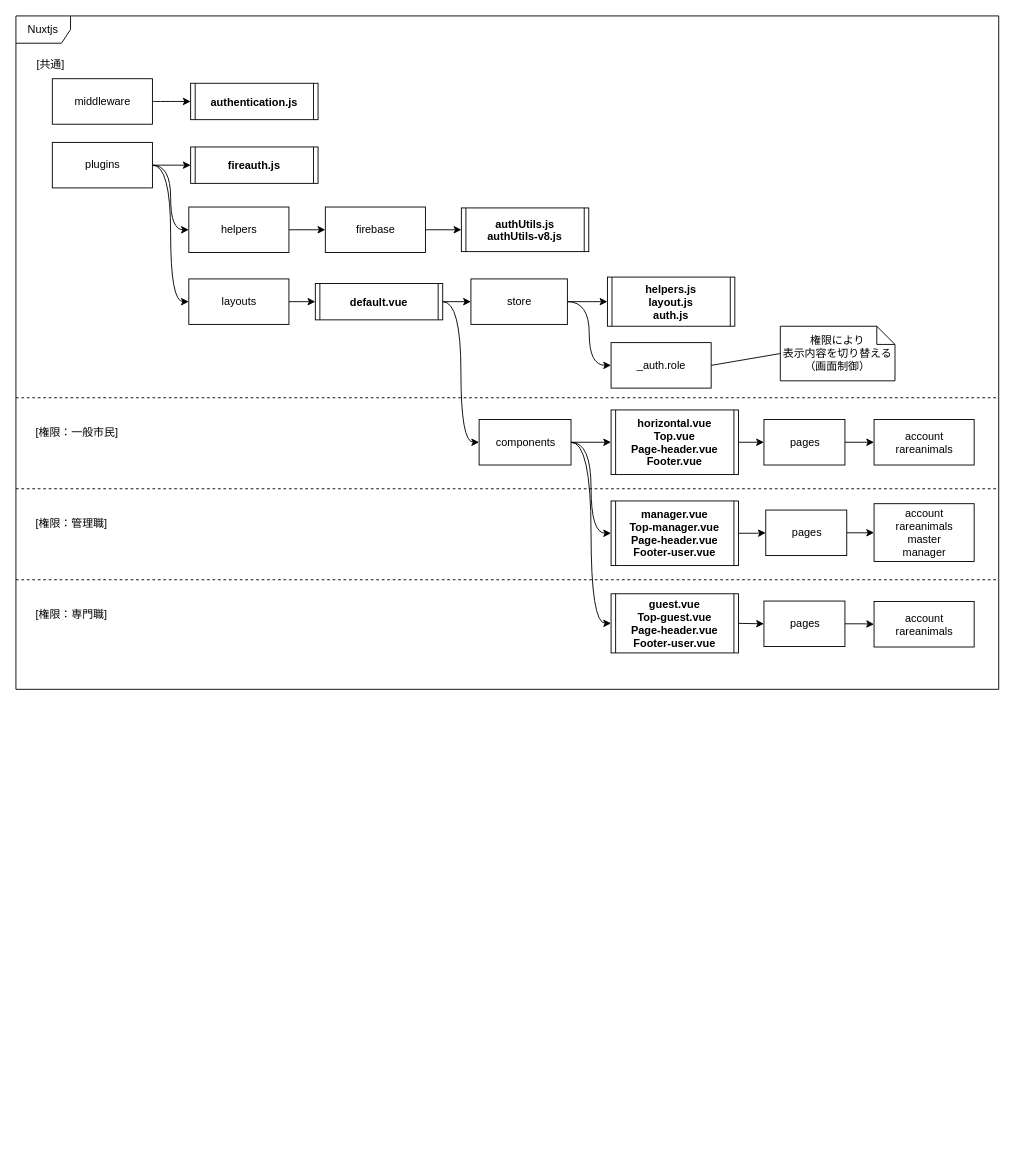
Before: page "ディレクトリ構成" (3 of 6) of Iriomote.drawio in kaoru387/draw.io, a draw.io diagram. Source tidied: cells renumbered, new cells numbered last; positions are measured from the earlier drawing's top-left corner, leaving out a move shared by most shapes. Both pictures are drawn from the tidied source at 91%, with x=0, y=0 at pixel (15, 15).
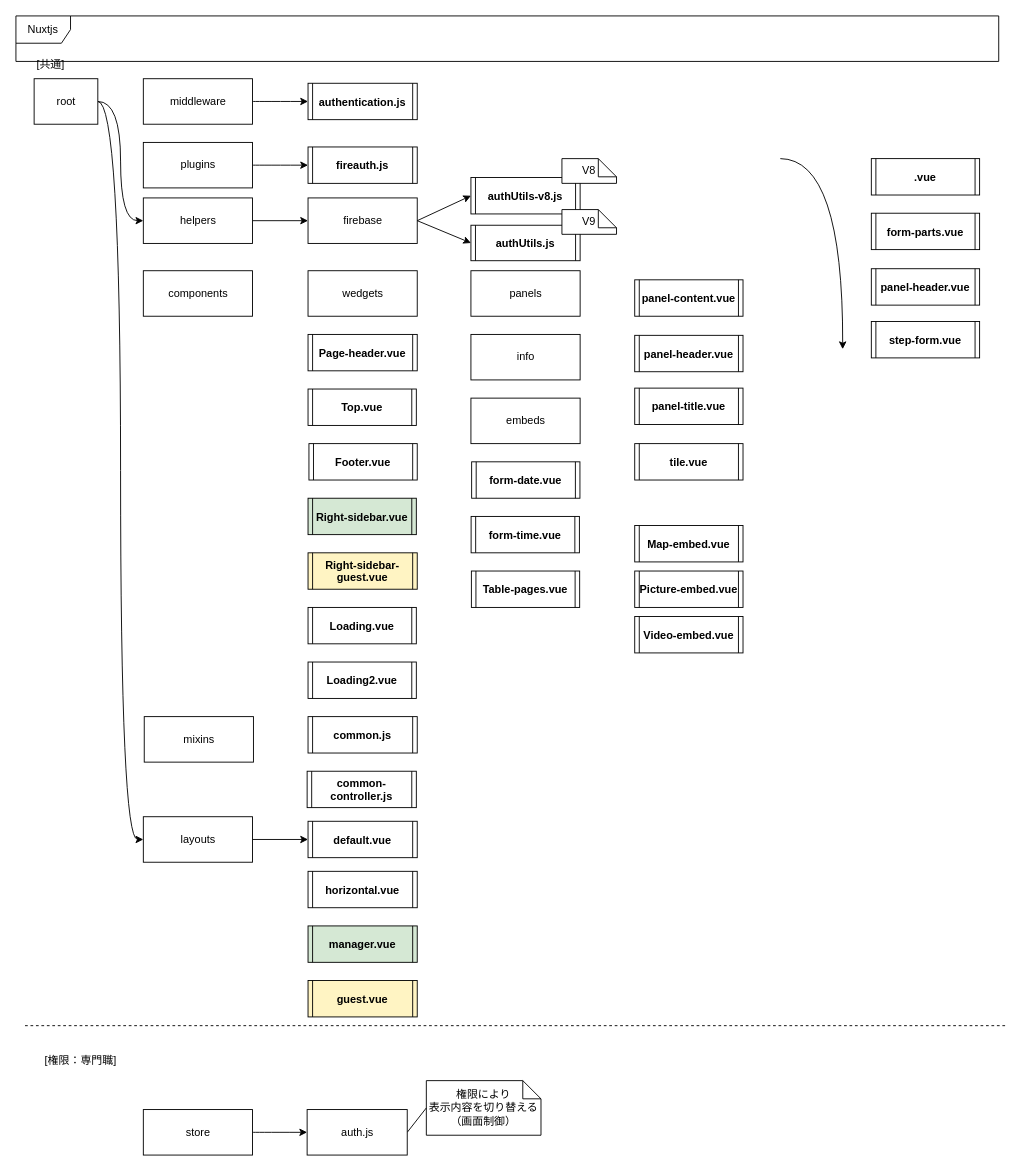
The same page after the edit.

The edit, as a diff of the source:
```diff
@@
     <mxCell id="2" value="Nuxtjs" style="shape=umlFrame;whiteSpace=wrap;html=1;" parent="1" vertex="1">
-      <mxGeometry width="1080" height="740" as="geometry" />
+      <mxGeometry width="1080" height="50" as="geometry" />
     </mxCell>
     <mxCell id="3" value="権限により&lt;br&gt;表示内容を切り替える（画面制御）" style="shape=note;size=20;whiteSpace=wrap;html=1;" parent="1" vertex="1">
-      <mxGeometry x="840" y="341" width="126" height="60" as="geometry" />
+      <mxGeometry x="451" y="1170" width="126" height="60" as="geometry" />
     </mxCell>
@@
     <mxCell id="6" value="middleware" style="html=1;" parent="1" vertex="1">
-      <mxGeometry x="40" y="69" width="110" height="50" as="geometry" />
+      <mxGeometry x="140" y="69" width="120" height="50" as="geometry" />
     </mxCell>
@@
-    <mxCell id="8" style="edgeStyle=orthogonalEdgeStyle;curved=1;rounded=0;jettySize=auto;html=1;exitX=1;exitY=0.5;exitDx=0;exitDy=0;entryX=0;entryY=0.5;entryDx=0;entryDy=0;" parent="1" edge="1" source="10" target="12">
+    <mxCell id="8" style="edgeStyle=orthogonalEdgeStyle;curved=1;rounded=0;jettySize=auto;html=1;exitX=1;exitY=0.5;exitDx=0;exitDy=0;entryX=0;entryY=0.5;entryDx=0;entryDy=0;" parent="1" edge="1" source="52" target="12">
       <mxGeometry relative="1" as="geometry" />
     </mxCell>
-    <mxCell id="9" style="edgeStyle=orthogonalEdgeStyle;curved=1;rounded=0;jettySize=auto;html=1;exitX=1;exitY=0.5;exitDx=0;exitDy=0;entryX=0;entryY=0.5;entryDx=0;entryDy=0;" parent="1" edge="1" source="10" target="14">
+    <mxCell id="9" style="edgeStyle=orthogonalEdgeStyle;curved=1;rounded=0;jettySize=auto;html=1;exitX=1;exitY=0.5;exitDx=0;exitDy=0;entryX=0;entryY=0.5;entryDx=0;entryDy=0;" parent="1" edge="1" source="52" target="14">
       <mxGeometry relative="1" as="geometry" />
     </mxCell>
     <mxCell id="10" value="plugins" style="html=1;" parent="1" vertex="1">
-      <mxGeometry x="40" y="139" width="110" height="50" as="geometry" />
+      <mxGeometry x="140" y="139" width="120" height="50" as="geometry" />
     </mxCell>
@@
     <mxCell id="12" value="helpers" style="html=1;" parent="1" vertex="1">
-      <mxGeometry x="190" y="210" width="110" height="50" as="geometry" />
+      <mxGeometry x="140" y="200" width="120" height="50" as="geometry" />
     </mxCell>
@@
     <mxCell id="14" value="layouts" style="html=1;" parent="1" vertex="1">
-      <mxGeometry x="190" y="289" width="110" height="50" as="geometry" />
+      <mxGeometry x="140" y="880" width="120" height="50" as="geometry" />
     </mxCell>
@@
     <mxCell id="16" value="store" style="html=1;" parent="1" vertex="1">
-      <mxGeometry x="500" y="289" width="106" height="50" as="geometry" />
+      <mxGeometry x="140" y="1201.8" width="120" height="50" as="geometry" />
     </mxCell>
-    <mxCell id="17" style="edgeStyle=orthogonalEdgeStyle;curved=1;rounded=0;jettySize=auto;html=1;exitX=1;exitY=0.5;exitDx=0;exitDy=0;entryX=0;entryY=0.5;entryDx=0;entryDy=0;" parent="1" edge="1" source="19" target="31">
-      <mxGeometry relative="1" as="geometry" />
-    </mxCell>
-    <mxCell id="18" style="edgeStyle=orthogonalEdgeStyle;curved=1;rounded=0;jettySize=auto;html=1;exitX=1;exitY=0.5;exitDx=0;exitDy=0;entryX=0;entryY=0.5;entryDx=0;entryDy=0;" parent="1" edge="1" source="19" target="33">
-      <mxGeometry relative="1" as="geometry" />
+    <mxCell id="18" style="edgeStyle=orthogonalEdgeStyle;curved=1;rounded=0;orthogonalLoop=1;jettySize=auto;html=1;exitX=1;exitY=0.5;exitDx=0;exitDy=0;entryX=0;entryY=0.5;entryDx=0;entryDy=0;" parent="1" edge="1">
+      <mxGeometry relative="1" as="geometry">
+        <mxPoint x="840" y="156.8" as="sourcePoint" />
+        <mxPoint x="908.5" y="366.2" as="targetPoint" />
+      </mxGeometry>
     </mxCell>
-    <mxCell id="19" value="components" style="html=1;" parent="1" vertex="1">
-      <mxGeometry x="509" y="443.5" width="101" height="50" as="geometry" />
-    </mxCell>
-    <mxCell id="20" style="edgeStyle=none;rounded=0;jettySize=auto;html=1;exitX=1;exitY=0.5;exitDx=0;exitDy=0;entryX=0;entryY=0.5;entryDx=0;entryDy=0;" parent="1" edge="1" source="19" target="29">
-      <mxGeometry relative="1" as="geometry" />
-    </mxCell>
-    <mxCell id="21" value="_auth.role" style="html=1;" parent="1" vertex="1">
-      <mxGeometry x="654" y="359" width="110" height="50" as="geometry" />
+    <mxCell id="21" value="auth.js" style="html=1;" parent="1" vertex="1">
+      <mxGeometry x="320" y="1201.8" width="110" height="50" as="geometry" />
     </mxCell>
-    <mxCell id="22" style="edgeStyle=none;rounded=0;jettySize=auto;html=1;exitX=1;exitY=0.5;exitDx=0;exitDy=0;entryX=0;entryY=0.5;entryDx=0;entryDy=0;" parent="1" edge="1" source="26" target="16">
-      <mxGeometry relative="1" as="geometry" />
-    </mxCell>
     <mxCell id="23" value="fireauth.js" style="shape=process2;fixedSize=1;size=5;fontStyle=1;" parent="1" vertex="1">
-      <mxGeometry x="192" y="144" width="140" height="40" as="geometry" />
+      <mxGeometry x="321" y="144" width="120" height="40" as="geometry" />
     </mxCell>
-    <mxCell id="24" value="authUtils.js&#10;authUtils-v8.js" style="shape=process2;fixedSize=1;size=5;fontStyle=1;" parent="1" vertex="1">
-      <mxGeometry x="489.5" y="211" width="140" height="48" as="geometry" />
+    <mxCell id="24" value="authUtils.js" style="shape=process2;fixedSize=1;size=5;fontStyle=1;" parent="1" vertex="1">
+      <mxGeometry x="500" y="230" width="120" height="39" as="geometry" />
     </mxCell>
-    <mxCell id="25" style="edgeStyle=orthogonalEdgeStyle;curved=1;rounded=0;jettySize=auto;html=1;exitX=1;exitY=0.5;exitDx=0;exitDy=0;entryX=0;entryY=0.5;entryDx=0;entryDy=0;" parent="1" edge="1" source="26" target="19">
-      <mxGeometry relative="1" as="geometry" />
-    </mxCell>
     <mxCell id="26" value="default.vue" style="shape=process2;fixedSize=1;size=5;fontStyle=1;" parent="1" vertex="1">
-      <mxGeometry x="329" y="294" width="140" height="40" as="geometry" />
+      <mxGeometry x="321" y="885" width="120" height="40" as="geometry" />
     </mxCell>
-    <mxCell id="27" value="helpers.js&#10;layout.js&#10;auth.js" style="shape=process2;fixedSize=1;size=5;fontStyle=1;" parent="1" vertex="1">
-      <mxGeometry x="650" y="287" width="140" height="54" as="geometry" />
-    </mxCell>
-    <mxCell id="28" style="edgeStyle=orthogonalEdgeStyle;rounded=0;jettySize=auto;html=1;exitX=1;exitY=0.5;exitDx=0;exitDy=0;entryX=0;entryY=0.5;entryDx=0;entryDy=0;" parent="1" edge="1" source="29" target="41">
-      <mxGeometry relative="1" as="geometry" />
-    </mxCell>
-    <mxCell id="29" value="horizontal.vue&#10;Top.vue&#10;Page-header.vue&#10;Footer.vue" style="shape=process2;fixedSize=1;size=5;fontStyle=1;" parent="1" vertex="1">
-      <mxGeometry x="654" y="433" width="140" height="71" as="geometry" />
-    </mxCell>
-    <mxCell id="30" style="edgeStyle=orthogonalEdgeStyle;rounded=0;jettySize=auto;html=1;exitX=1;exitY=0.5;exitDx=0;exitDy=0;" parent="1" edge="1" source="31" target="44">
-      <mxGeometry relative="1" as="geometry" />
-    </mxCell>
-    <mxCell id="31" value="manager.vue&#10;Top-manager.vue&#10;Page-header.vue&#10;Footer-user.vue" style="shape=process2;fixedSize=1;size=5;fontStyle=1;" parent="1" vertex="1">
-      <mxGeometry x="654" y="533" width="140" height="71" as="geometry" />
-    </mxCell>
-    <mxCell id="32" style="edgeStyle=none;rounded=0;jettySize=auto;html=1;exitX=1;exitY=0.5;exitDx=0;exitDy=0;entryX=0;entryY=0.5;entryDx=0;entryDy=0;" parent="1" edge="1" source="33" target="46">
-      <mxGeometry relative="1" as="geometry" />
-    </mxCell>
-    <mxCell id="33" value="guest.vue&#10;Top-guest.vue&#10;Page-header.vue&#10;Footer-user.vue" style="shape=process2;fixedSize=1;size=5;fontStyle=1;" parent="1" vertex="1">
-      <mxGeometry x="654" y="635" width="140" height="65" as="geometry" />
-    </mxCell>
     <mxCell id="34" value="authentication.js" style="shape=process2;fixedSize=1;size=5;fontStyle=1;" parent="1" vertex="1">
-      <mxGeometry x="192" y="74" width="140" height="40" as="geometry" />
+      <mxGeometry x="321" y="74" width="120" height="40" as="geometry" />
     </mxCell>
-    <mxCell id="35" style="edgeStyle=none;rounded=0;jettySize=auto;html=1;entryX=0;entryY=0.5;entryDx=0;entryDy=0;exitX=1;exitY=0.5;exitDx=0;exitDy=0;" parent="1" edge="1" source="16" target="27">
-      <mxGeometry relative="1" as="geometry" />
-    </mxCell>
-    <mxCell id="36" value="[権限：一般市民]" style="line;strokeWidth=1;dashed=1;labelPosition=center;verticalLabelPosition=bottom;align=left;verticalAlign=top;spacingLeft=20;spacingTop=15;" parent="1" vertex="1">
-      <mxGeometry y="410" width="1080" height="19.2" as="geometry" />
-    </mxCell>
-    <mxCell id="37" value="[権限：管理職]" style="line;strokeWidth=1;dashed=1;labelPosition=center;verticalLabelPosition=bottom;align=left;verticalAlign=top;spacingLeft=20;spacingTop=15;" parent="1" vertex="1">
-      <mxGeometry y="510" width="1080" height="19.2" as="geometry" />
-    </mxCell>
     <mxCell id="38" value="[権限：専門職]" style="line;strokeWidth=1;dashed=1;labelPosition=center;verticalLabelPosition=bottom;align=left;verticalAlign=top;spacingLeft=20;spacingTop=15;" parent="1" vertex="1">
-      <mxGeometry y="610" width="1080" height="19.2" as="geometry" />
+      <mxGeometry x="10" y="1100" width="1080" height="19.2" as="geometry" />
     </mxCell>
@@
-    <mxCell id="40" style="edgeStyle=orthogonalEdgeStyle;rounded=0;jettySize=auto;html=1;exitX=1;exitY=0.5;exitDx=0;exitDy=0;entryX=0;entryY=0.5;entryDx=0;entryDy=0;" parent="1" edge="1" source="41" target="42">
-      <mxGeometry relative="1" as="geometry" />
-    </mxCell>
-    <mxCell id="41" value="pages" style="html=1;" parent="1" vertex="1">
-      <mxGeometry x="822" y="443.5" width="89" height="50" as="geometry" />
-    </mxCell>
-    <mxCell id="42" value="account&lt;br&gt;rareanimals" style="html=1;" parent="1" vertex="1">
-      <mxGeometry x="943" y="443.5" width="110" height="50" as="geometry" />
-    </mxCell>
-    <mxCell id="43" style="edgeStyle=orthogonalEdgeStyle;rounded=0;jettySize=auto;html=1;" parent="1" edge="1" source="44" target="48">
-      <mxGeometry relative="1" as="geometry" />
-    </mxCell>
-    <mxCell id="44" value="pages" style="html=1;" parent="1" vertex="1">
-      <mxGeometry x="824" y="543" width="89" height="50" as="geometry" />
-    </mxCell>
-    <mxCell id="45" style="edgeStyle=orthogonalEdgeStyle;rounded=0;jettySize=auto;html=1;" parent="1" edge="1" source="46" target="47">
-      <mxGeometry relative="1" as="geometry" />
-    </mxCell>
-    <mxCell id="46" value="pages" style="html=1;" parent="1" vertex="1">
-      <mxGeometry x="822" y="643" width="89" height="50" as="geometry" />
-    </mxCell>
-    <mxCell id="47" value="account&lt;br&gt;rareanimals" style="html=1;" parent="1" vertex="1">
-      <mxGeometry x="943" y="643.5" width="110" height="50" as="geometry" />
-    </mxCell>
-    <mxCell id="48" value="account&lt;br&gt;rareanimals&lt;br&gt;master&lt;br&gt;manager" style="html=1;" parent="1" vertex="1">
-      <mxGeometry x="943" y="536" width="110" height="63.5" as="geometry" />
-    </mxCell>
@@
     <mxCell id="50" value="firebase" style="html=1;" parent="1" vertex="1">
-      <mxGeometry x="340" y="210" width="110" height="50" as="geometry" />
+      <mxGeometry x="321" y="200" width="120" height="50" as="geometry" />
     </mxCell>
+    <mxCell id="51" value="horizontal.vue" style="shape=process2;fixedSize=1;size=5;fontStyle=1;" parent="1" vertex="1">
+      <mxGeometry x="321" y="940" width="120" height="40" as="geometry" />
+    </mxCell>
+    <mxCell id="52" value="root" style="html=1;" parent="1" vertex="1">
+      <mxGeometry x="20" y="69" width="70" height="50" as="geometry" />
+    </mxCell>
+    <mxCell id="19" value="components" style="html=1;" parent="1" vertex="1">
+      <mxGeometry x="140" y="280" width="120" height="50" as="geometry" />
+    </mxCell>
+    <mxCell id="53" value="manager.vue" style="shape=process2;fixedSize=1;size=5;fontStyle=1;fillColor=#D5E8D4;" parent="1" vertex="1">
+      <mxGeometry x="321" y="1000" width="120" height="40" as="geometry" />
+    </mxCell>
+    <mxCell id="54" value="guest.vue" style="shape=process2;fixedSize=1;size=5;fontStyle=1;fillColor=#FFF4C3;" parent="1" vertex="1">
+      <mxGeometry x="321" y="1060" width="120" height="40" as="geometry" />
+    </mxCell>
+    <mxCell id="55" value="panel-header.vue" style="shape=process2;fixedSize=1;size=5;fontStyle=1;" parent="1" vertex="1">
+      <mxGeometry x="680" y="351" width="119" height="40" as="geometry" />
+    </mxCell>
+    <mxCell id="56" value="wedgets" style="html=1;" parent="1" vertex="1">
+      <mxGeometry x="321" y="280" width="120" height="50" as="geometry" />
+    </mxCell>
+    <mxCell id="57" value="Top.vue" style="shape=process2;fixedSize=1;size=5;fontStyle=1;" parent="1" vertex="1">
+      <mxGeometry x="321" y="410" width="119" height="40" as="geometry" />
+    </mxCell>
+    <mxCell id="58" value="Page-header.vue" style="shape=process2;fixedSize=1;size=5;fontStyle=1;" parent="1" vertex="1">
+      <mxGeometry x="321" y="350" width="120" height="40" as="geometry" />
+    </mxCell>
+    <mxCell id="59" value=".vue" style="shape=process2;fixedSize=1;size=5;fontStyle=1;" parent="1" vertex="1">
+      <mxGeometry x="940" y="156.8" width="119" height="40" as="geometry" />
+    </mxCell>
+    <mxCell id="60" value="Footer.vue" style="shape=process2;fixedSize=1;size=5;fontStyle=1;" parent="1" vertex="1">
+      <mxGeometry x="322" y="470" width="119" height="40" as="geometry" />
+    </mxCell>
+    <mxCell id="61" value="panel-content.vue" style="shape=process2;fixedSize=1;size=5;fontStyle=1;" parent="1" vertex="1">
+      <mxGeometry x="680" y="290" width="119" height="40" as="geometry" />
+    </mxCell>
+    <mxCell id="62" value="panels" style="html=1;" parent="1" vertex="1">
+      <mxGeometry x="500" y="280" width="120" height="50" as="geometry" />
+    </mxCell>
+    <mxCell id="63" style="edgeStyle=orthogonalEdgeStyle;rounded=0;orthogonalLoop=1;jettySize=auto;html=1;exitX=0.5;exitY=1;exitDx=0;exitDy=0;" parent="1" edge="1" source="55" target="55">
+      <mxGeometry relative="1" as="geometry" />
+    </mxCell>
+    <mxCell id="64" value="panel-title.vue" style="shape=process2;fixedSize=1;size=5;fontStyle=1;" parent="1" vertex="1">
+      <mxGeometry x="680" y="409" width="119" height="40" as="geometry" />
+    </mxCell>
+    <mxCell id="65" value="tile.vue" style="shape=process2;fixedSize=1;size=5;fontStyle=1;" parent="1" vertex="1">
+      <mxGeometry x="680" y="470" width="119" height="40" as="geometry" />
+    </mxCell>
+    <mxCell id="66" value="form-date.vue" style="shape=process2;fixedSize=1;size=5;fontStyle=1;" parent="1" vertex="1">
+      <mxGeometry x="500.8" y="490" width="119" height="40" as="geometry" />
+    </mxCell>
+    <mxCell id="67" value="form-time.vue" style="shape=process2;fixedSize=1;size=5;fontStyle=1;" parent="1" vertex="1">
+      <mxGeometry x="500.2" y="550" width="119" height="40" as="geometry" />
+    </mxCell>
+    <mxCell id="68" value="Map-embed.vue" style="shape=process2;fixedSize=1;size=5;fontStyle=1;" parent="1" vertex="1">
+      <mxGeometry x="680" y="560" width="119" height="40" as="geometry" />
+    </mxCell>
+    <mxCell id="69" value="Right-sidebar.vue" style="shape=process2;fixedSize=1;size=5;fontStyle=1;fillColor=#D5E8D4;" parent="1" vertex="1">
+      <mxGeometry x="321" y="530" width="119" height="40" as="geometry" />
+    </mxCell>
+    <mxCell id="70" value="Table-pages.vue" style="shape=process2;fixedSize=1;size=5;fontStyle=1;" parent="1" vertex="1">
+      <mxGeometry x="500.5" y="610" width="119" height="40" as="geometry" />
+    </mxCell>
+    <mxCell id="71" value="Loading.vue" style="shape=process2;fixedSize=1;size=5;fontStyle=1;" parent="1" vertex="1">
+      <mxGeometry x="321" y="650" width="119" height="40" as="geometry" />
+    </mxCell>
+    <mxCell id="72" value="Loading2.vue" style="shape=process2;fixedSize=1;size=5;fontStyle=1;" parent="1" vertex="1">
+      <mxGeometry x="321" y="710" width="119" height="40" as="geometry" />
+    </mxCell>
+    <mxCell id="73" value="Right-sidebar-&#10;guest.vue" style="shape=process2;fixedSize=1;size=5;fontStyle=1;fillColor=#FFF4C3;" parent="1" vertex="1">
+      <mxGeometry x="321" y="590" width="120" height="40" as="geometry" />
+    </mxCell>
+    <mxCell id="74" value="mixins" style="html=1;" parent="1" vertex="1">
+      <mxGeometry x="141" y="770" width="120" height="50" as="geometry" />
+    </mxCell>
+    <mxCell id="75" value="common.js" style="shape=process2;fixedSize=1;size=5;fontStyle=1;" parent="1" vertex="1">
+      <mxGeometry x="321" y="770" width="120" height="40" as="geometry" />
+    </mxCell>
+    <mxCell id="76" value="common-&#10;controller.js" style="shape=process2;fixedSize=1;size=5;fontStyle=1;" parent="1" vertex="1">
+      <mxGeometry x="320" y="830" width="120" height="40" as="geometry" />
+    </mxCell>
+    <mxCell id="77" value="authUtils-v8.js" style="shape=process2;fixedSize=1;size=5;fontStyle=1;" parent="1" vertex="1">
+      <mxGeometry x="500" y="177.6" width="120" height="40" as="geometry" />
+    </mxCell>
+    <mxCell id="78" style="edgeStyle=none;rounded=0;jettySize=auto;html=1;exitX=1;exitY=0.5;exitDx=0;exitDy=0;entryX=0;entryY=0.5;entryDx=0;entryDy=0;" parent="1" edge="1" source="50" target="77">
+      <mxGeometry relative="1" as="geometry" />
+    </mxCell>
+    <mxCell id="79" value="V9" style="shape=note;size=20;whiteSpace=wrap;html=1;" parent="1" vertex="1">
+      <mxGeometry x="600" y="212.8" width="60" height="27.2" as="geometry" />
+    </mxCell>
+    <mxCell id="80" value="V8" style="shape=note;size=20;whiteSpace=wrap;html=1;" parent="1" vertex="1">
+      <mxGeometry x="600" y="156.8" width="60" height="27.2" as="geometry" />
+    </mxCell>
+    <mxCell id="81" value="panel-header.vue" style="shape=process2;fixedSize=1;size=5;fontStyle=1;" parent="1" vertex="1">
+      <mxGeometry x="940" y="277.8" width="119" height="40" as="geometry" />
+    </mxCell>
+    <mxCell id="82" value="form-parts.vue" style="shape=process2;fixedSize=1;size=5;fontStyle=1;" parent="1" vertex="1">
+      <mxGeometry x="940" y="216.8" width="119" height="40" as="geometry" />
+    </mxCell>
+    <mxCell id="83" value="step-form.vue" style="shape=process2;fixedSize=1;size=5;fontStyle=1;" parent="1" vertex="1">
+      <mxGeometry x="940" y="335.8" width="119" height="40" as="geometry" />
+    </mxCell>
+    <mxCell id="84" value="Picture-embed.vue" style="shape=process2;fixedSize=1;size=5;fontStyle=1;" parent="1" vertex="1">
+      <mxGeometry x="680" y="610" width="119" height="40" as="geometry" />
+    </mxCell>
+    <mxCell id="85" value="info" style="html=1;" parent="1" vertex="1">
+      <mxGeometry x="500" y="350" width="120" height="50" as="geometry" />
+    </mxCell>
+    <mxCell id="86" value="embeds" style="html=1;" parent="1" vertex="1">
+      <mxGeometry x="500" y="420" width="120" height="50" as="geometry" />
+    </mxCell>
+    <mxCell id="87" value="Video-embed.vue" style="shape=process2;fixedSize=1;size=5;fontStyle=1;" parent="1" vertex="1">
+      <mxGeometry x="680" y="660" width="119" height="40" as="geometry" />
+    </mxCell>
```
